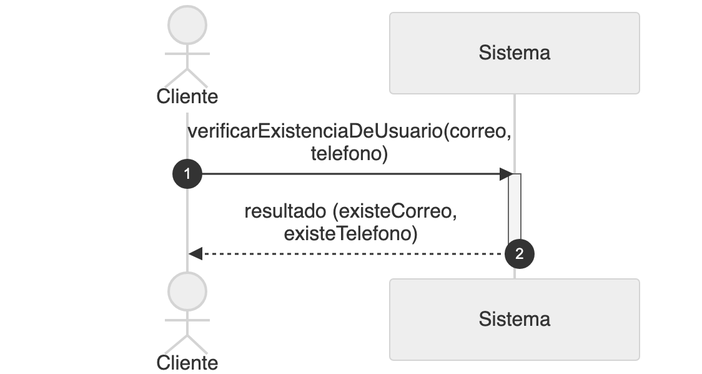
Nahuelito-Dev/splg-docs keeps this Mermaid diagram as diagramas/png/DSS_CU-084_Verificar-Existencia-De-Usuario.png. Above is the earlier version. Its source is kept beside it as diagramas/DSS_CU-084_Verificar-Existencia-De-Usuario.mmd.
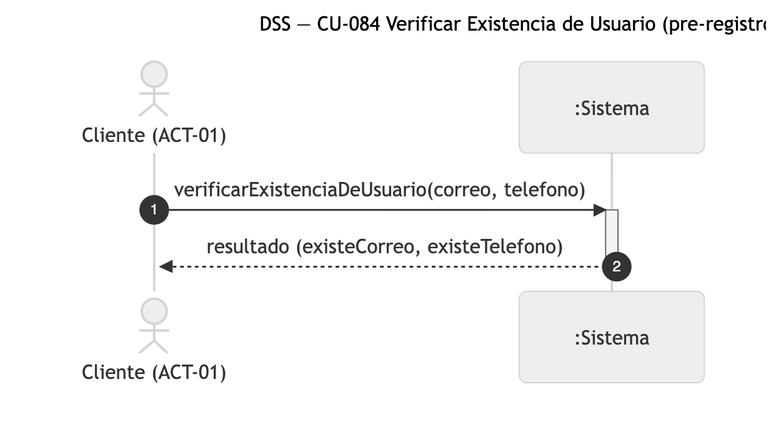
Later version of the same file.

What changed in the source:
```diff
@@ -1,8 +1,8 @@
 sequenceDiagram
-    title DSS — CU-084 Verificar Existencia De Usuario
+    title DSS — CU-084 Verificar Existencia de Usuario (pre-registro)
     autonumber
-    actor CLI as Cliente
-    participant SIS as Sistema
+    actor CLI as Cliente (ACT-01)
+    participant SIS as :Sistema
 
     CLI->>SIS: verificarExistenciaDeUsuario(correo, telefono)
     activate SIS
```
